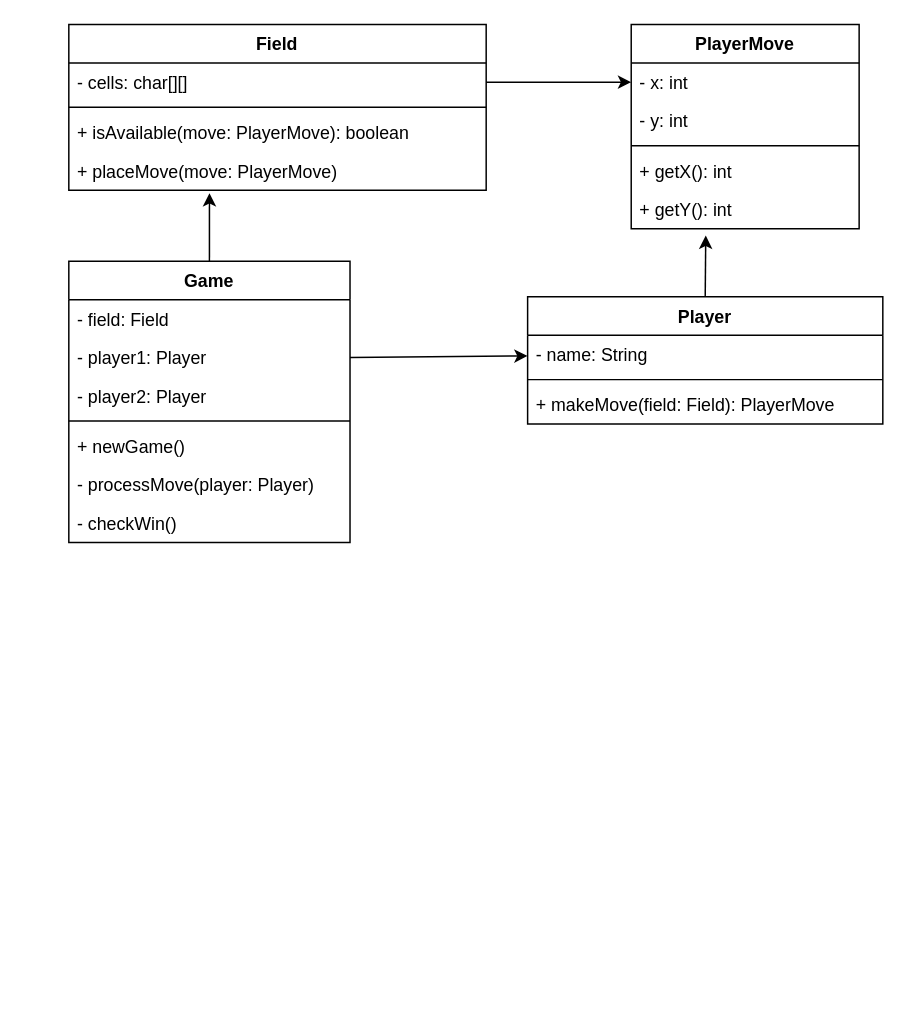
Earlier version of the draw.io diagram diagrams/tic_tac_toe.drawio (diac/job4j_ood). Source tidied: cells renumbered, new cells numbered last; positions are measured from the earlier drawing's top-left corner, leaving out a move shared by most shapes. Both pictures are drawn from the tidied source at 148%, with x=0, y=0 at pixel (68, 24).
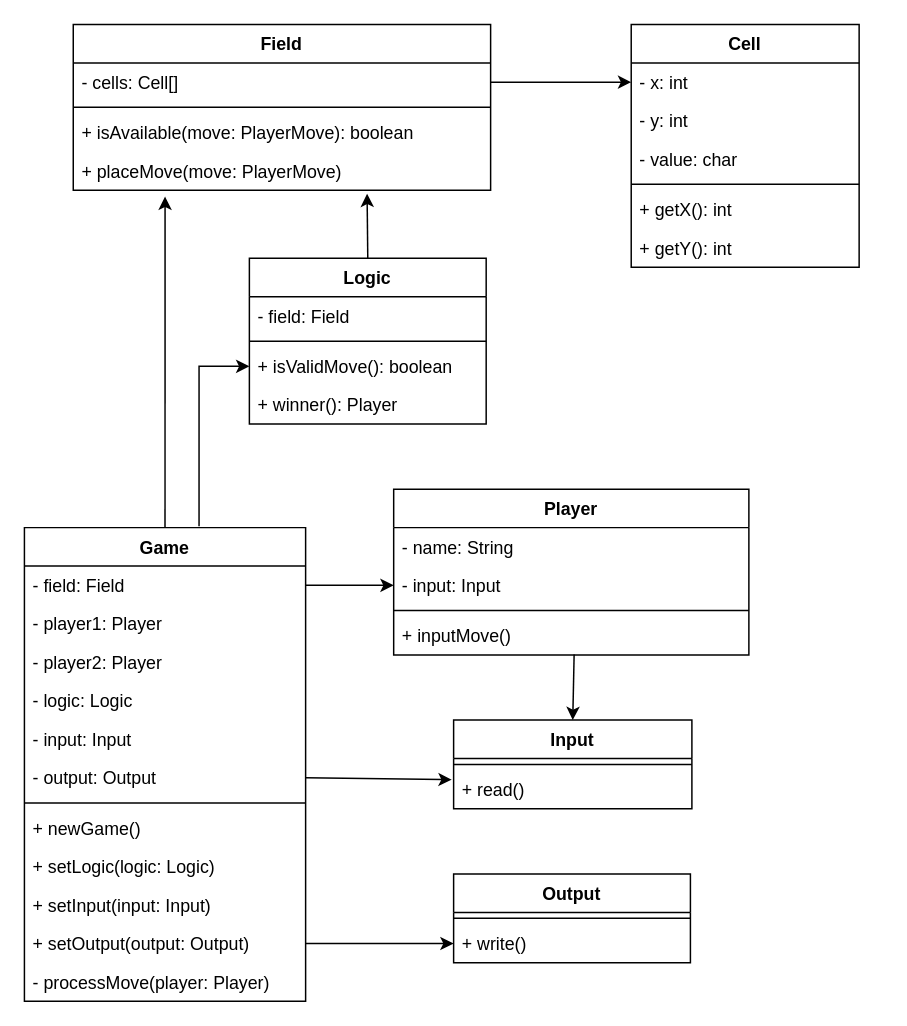
After the change.

Commit message (it also covers changes not shown here):
Исправить диаграмму классов: 2. Крестики-нолики. Тестовое задание. [#793 #348024]

Unchanged cells that the change refers to:
```xml
<mxCell id="3" value="- field: Field&#10;" style="text;strokeColor=none;fillColor=none;align=left;verticalAlign=top;spacingLeft=4;spacingRight=4;overflow=hidden;points=[[0,0.5],[1,0.5]];portConstraint=eastwest;" parent="2" vertex="1">
  <mxGeometry y="26" width="190" height="26" as="geometry" />
</mxCell>
<mxCell id="4" value="- player1: Player" style="text;strokeColor=none;fillColor=none;align=left;verticalAlign=top;spacingLeft=4;spacingRight=4;overflow=hidden;points=[[0,0.5],[1,0.5]];portConstraint=eastwest;" parent="2" vertex="1">
  <mxGeometry y="52" width="190" height="26" as="geometry" />
</mxCell>
<mxCell id="14" value="+ placeMove(move: PlayerMove)" style="text;strokeColor=none;fillColor=none;align=left;verticalAlign=top;spacingLeft=4;spacingRight=4;overflow=hidden;points=[[0,0.5],[1,0.5]];portConstraint=eastwest;" parent="10" vertex="1">
  <mxGeometry y="86" width="282" height="26" as="geometry" />
</mxCell>
<mxCell id="22" value="- name: String" style="text;strokeColor=none;fillColor=none;align=left;verticalAlign=top;spacingLeft=4;spacingRight=4;overflow=hidden;points=[[0,0.5],[1,0.5]];portConstraint=eastwest;" parent="21" vertex="1">
  <mxGeometry y="26" width="240" height="26" as="geometry" />
</mxCell>
```

What changed in the source:
```diff
@@
     <mxCell id="2" value="Game" style="swimlane;fontStyle=1;align=center;verticalAlign=top;horizontal=1;startSize=26;" parent="1" vertex="1">
-      <mxGeometry y="160" width="190" height="190" as="geometry" />
+      <mxGeometry x="-30" y="340" width="190" height="320" as="geometry" />
     </mxCell>
@@
+    <mxCell id="29" value="- logic: Logic" style="text;strokeColor=none;fillColor=none;align=left;verticalAlign=top;spacingLeft=4;spacingRight=4;overflow=hidden;" parent="2" vertex="1">
+      <mxGeometry y="104" width="190" height="26" as="geometry" />
+    </mxCell>
+    <mxCell id="30" value="- input: Input" style="text;strokeColor=none;fillColor=none;align=left;verticalAlign=top;spacingLeft=4;spacingRight=4;overflow=hidden;" parent="2" vertex="1">
+      <mxGeometry y="130" width="190" height="26" as="geometry" />
+    </mxCell>
+    <mxCell id="31" value="- output: Output" style="text;strokeColor=none;fillColor=none;align=left;verticalAlign=top;spacingLeft=4;spacingRight=4;overflow=hidden;points=[[0,0.5],[1,0.5]];portConstraint=eastwest;" parent="2" vertex="1">
+      <mxGeometry y="156" width="190" height="26" as="geometry" />
+    </mxCell>
     <mxCell id="6" style="line;strokeWidth=1;fillColor=none;align=left;verticalAlign=middle;spacingTop=-1;spacingLeft=3;spacingRight=3;labelPosition=right;strokeColor=inherit;" parent="2" vertex="1">
-      <mxGeometry y="104" width="190" height="8" as="geometry" />
+      <mxGeometry y="182" width="190" height="8" as="geometry" />
     </mxCell>
     <mxCell id="7" value="+ newGame()" style="text;strokeColor=none;fillColor=none;align=left;verticalAlign=top;spacingLeft=4;spacingRight=4;overflow=hidden;" parent="2" vertex="1">
-      <mxGeometry y="112" width="190" height="26" as="geometry" />
+      <mxGeometry y="190" width="190" height="26" as="geometry" />
     </mxCell>
+    <mxCell id="32" value="+ setLogic(logic: Logic)" style="text;strokeColor=none;fillColor=none;align=left;verticalAlign=top;spacingLeft=4;spacingRight=4;overflow=hidden;" parent="2" vertex="1">
+      <mxGeometry y="216" width="190" height="26" as="geometry" />
+    </mxCell>
+    <mxCell id="33" value="+ setInput(input: Input)" style="text;strokeColor=none;fillColor=none;align=left;verticalAlign=top;spacingLeft=4;spacingRight=4;overflow=hidden;" parent="2" vertex="1">
+      <mxGeometry y="242" width="190" height="26" as="geometry" />
+    </mxCell>
+    <mxCell id="34" value="+ setOutput(output: Output)" style="text;strokeColor=none;fillColor=none;align=left;verticalAlign=top;spacingLeft=4;spacingRight=4;overflow=hidden;points=[[0,0.5],[1,0.5]];portConstraint=eastwest;" parent="2" vertex="1">
+      <mxGeometry y="268" width="190" height="26" as="geometry" />
+    </mxCell>
     <mxCell id="8" value="- processMove(player: Player)" style="text;strokeColor=none;fillColor=none;align=left;verticalAlign=top;spacingLeft=4;spacingRight=4;overflow=hidden;" parent="2" vertex="1">
-      <mxGeometry y="138" width="190" height="26" as="geometry" />
+      <mxGeometry y="294" width="190" height="26" as="geometry" />
     </mxCell>
-    <mxCell id="9" value="- checkWin()" style="text;strokeColor=none;fillColor=none;align=left;verticalAlign=top;spacingLeft=4;spacingRight=4;overflow=hidden;" parent="2" vertex="1">
-      <mxGeometry y="164" width="190" height="26" as="geometry" />
-    </mxCell>
     <mxCell id="10" value="Field" style="swimlane;fontStyle=1;align=center;verticalAlign=top;horizontal=1;startSize=26;" parent="1" vertex="1">
-      <mxGeometry width="282" height="112" as="geometry" />
+      <mxGeometry x="3" width="282" height="112" as="geometry" />
     </mxCell>
-    <mxCell id="11" value="- cells: char[][]" style="text;strokeColor=none;fillColor=none;align=left;verticalAlign=top;spacingLeft=4;spacingRight=4;overflow=hidden;points=[[0,0.5],[1,0.5]];portConstraint=eastwest;" parent="10" vertex="1">
+    <mxCell id="11" value="- cells: Cell[]" style="text;strokeColor=none;fillColor=none;align=left;verticalAlign=top;spacingLeft=4;spacingRight=4;overflow=hidden;points=[[0,0.5],[1,0.5]];portConstraint=eastwest;" parent="10" vertex="1">
       <mxGeometry y="26" width="282" height="26" as="geometry" />
     </mxCell>
@@
-    <mxCell id="15" value="PlayerMove" style="swimlane;fontStyle=1;align=center;verticalAlign=top;horizontal=1;startSize=26;" parent="1" vertex="1">
-      <mxGeometry x="380" width="154" height="138" as="geometry" />
+    <mxCell id="15" value="Cell" style="swimlane;fontStyle=1;align=center;verticalAlign=top;horizontal=1;startSize=26;" parent="1" vertex="1">
+      <mxGeometry x="380" width="154" height="164" as="geometry" />
     </mxCell>
@@
+    <mxCell id="35" value="- value: char" style="text;strokeColor=none;fillColor=none;align=left;verticalAlign=top;spacingLeft=4;spacingRight=4;overflow=hidden;" parent="15" vertex="1">
+      <mxGeometry y="78" width="154" height="26" as="geometry" />
+    </mxCell>
     <mxCell id="18" style="line;strokeWidth=1;fillColor=none;align=left;verticalAlign=middle;spacingTop=-1;spacingLeft=3;spacingRight=3;labelPosition=right;strokeColor=inherit;" parent="15" vertex="1">
-      <mxGeometry y="78" width="154" height="8" as="geometry" />
+      <mxGeometry y="104" width="154" height="8" as="geometry" />
     </mxCell>
     <mxCell id="19" value="+ getX(): int" style="text;strokeColor=none;fillColor=none;align=left;verticalAlign=top;spacingLeft=4;spacingRight=4;overflow=hidden;" parent="15" vertex="1">
-      <mxGeometry y="86" width="154" height="26" as="geometry" />
+      <mxGeometry y="112" width="154" height="26" as="geometry" />
     </mxCell>
     <mxCell id="20" value="+ getY(): int" style="text;strokeColor=none;fillColor=none;align=left;verticalAlign=top;spacingLeft=4;spacingRight=4;overflow=hidden;points=[[0,0.5],[1,0.5]];portConstraint=eastwest;" parent="15" vertex="1">
-      <mxGeometry y="112" width="154" height="26" as="geometry" />
+      <mxGeometry y="138" width="154" height="26" as="geometry" />
     </mxCell>
     <mxCell id="21" value="Player" style="swimlane;fontStyle=1;align=center;verticalAlign=top;horizontal=1;startSize=26;" parent="1" vertex="1">
-      <mxGeometry x="310" y="184" width="240" height="86" as="geometry" />
+      <mxGeometry x="219.5" y="314" width="240" height="112" as="geometry" />
     </mxCell>
@@
+    <mxCell id="36" value="- input: Input" style="text;strokeColor=none;fillColor=none;align=left;verticalAlign=top;spacingLeft=4;spacingRight=4;overflow=hidden;points=[[0,0.5],[1,0.5]];portConstraint=eastwest;" parent="21" vertex="1">
+      <mxGeometry y="52" width="240" height="26" as="geometry" />
+    </mxCell>
     <mxCell id="23" style="line;strokeWidth=1;fillColor=none;align=left;verticalAlign=middle;spacingTop=-1;spacingLeft=3;spacingRight=3;labelPosition=right;strokeColor=inherit;" parent="21" vertex="1">
-      <mxGeometry y="52" width="240" height="8" as="geometry" />
+      <mxGeometry y="78" width="240" height="8" as="geometry" />
     </mxCell>
-    <mxCell id="24" value="+ makeMove(field: Field): PlayerMove" style="text;strokeColor=none;fillColor=none;align=left;verticalAlign=top;spacingLeft=4;spacingRight=4;overflow=hidden;points=[[0,0.5],[1,0.5]];portConstraint=eastwest;" parent="21" vertex="1">
-      <mxGeometry y="60" width="240" height="26" as="geometry" />
+    <mxCell id="24" value="+ inputMove()" style="text;strokeColor=none;fillColor=none;align=left;verticalAlign=top;spacingLeft=4;spacingRight=4;overflow=hidden;points=[[0,0.5],[1,0.5]];portConstraint=eastwest;" parent="21" vertex="1">
+      <mxGeometry y="86" width="240" height="26" as="geometry" />
     </mxCell>
-    <mxCell id="25" style="endArrow=classic;html=1;rounded=0;exitX=0.5;exitY=0;exitDx=0;exitDy=0;entryX=0.327;entryY=1.179;entryDx=0;entryDy=0;entryPerimeter=0;" parent="1" edge="1" source="21" target="20">
-      <mxGeometry relative="1" as="geometry" />
-    </mxCell>
@@
-    <mxCell id="27" style="endArrow=classic;html=1;rounded=0;exitX=0.5;exitY=0;exitDx=0;exitDy=0;entryX=0.337;entryY=1.077;entryDx=0;entryDy=0;entryPerimeter=0;" parent="1" edge="1" source="2" target="14">
+    <mxCell id="27" style="endArrow=classic;html=1;rounded=0;exitX=0.5;exitY=0;exitDx=0;exitDy=0;entryX=0.22;entryY=1.167;entryDx=0;entryDy=0;entryPerimeter=0;" parent="1" edge="1" source="2" target="14">
       <mxGeometry relative="1" as="geometry" />
     </mxCell>
-    <mxCell id="28" style="endArrow=classic;html=1;rounded=0;exitX=1;exitY=0.5;exitDx=0;exitDy=0;" parent="1" edge="1" source="4" target="22">
+    <mxCell id="28" style="endArrow=classic;html=1;rounded=0;exitX=1;exitY=0.5;exitDx=0;exitDy=0;entryX=0;entryY=0.5;entryDx=0;entryDy=0;" parent="1" edge="1" source="3" target="36">
       <mxGeometry relative="1" as="geometry" />
     </mxCell>
+    <mxCell id="37" value="Logic" style="swimlane;fontStyle=1;align=center;verticalAlign=top;horizontal=1;startSize=26;" parent="1" vertex="1">
+      <mxGeometry x="122" y="158" width="160" height="112" as="geometry" />
+    </mxCell>
+    <mxCell id="38" value="- field: Field" style="text;strokeColor=none;fillColor=none;align=left;verticalAlign=top;spacingLeft=4;spacingRight=4;overflow=hidden;" parent="37" vertex="1">
+      <mxGeometry y="26" width="160" height="26" as="geometry" />
+    </mxCell>
+    <mxCell id="39" style="line;strokeWidth=1;fillColor=none;align=left;verticalAlign=middle;spacingTop=-1;spacingLeft=3;spacingRight=3;labelPosition=right;strokeColor=inherit;" parent="37" vertex="1">
+      <mxGeometry y="52" width="160" height="8" as="geometry" />
+    </mxCell>
+    <mxCell id="40" value="+ isValidMove(): boolean" style="text;strokeColor=none;fillColor=none;align=left;verticalAlign=top;spacingLeft=4;spacingRight=4;overflow=hidden;points=[[0,0.5],[1,0.5]];portConstraint=eastwest;" parent="37" vertex="1">
+      <mxGeometry y="60" width="160" height="26" as="geometry" />
+    </mxCell>
+    <mxCell id="41" value="+ winner(): Player" style="text;strokeColor=none;fillColor=none;align=left;verticalAlign=top;spacingLeft=4;spacingRight=4;overflow=hidden;" parent="37" vertex="1">
+      <mxGeometry y="86" width="160" height="26" as="geometry" />
+    </mxCell>
+    <mxCell id="42" style="endArrow=classic;html=1;rounded=0;entryX=0.704;entryY=1.09;entryDx=0;entryDy=0;entryPerimeter=0;exitX=0.5;exitY=0;exitDx=0;exitDy=0;" parent="1" edge="1" source="37" target="14">
+      <mxGeometry relative="1" as="geometry" />
+    </mxCell>
+    <mxCell id="43" value="Input" style="swimlane;fontStyle=1;align=center;verticalAlign=top;horizontal=1;startSize=26;" parent="1" vertex="1">
+      <mxGeometry x="260" y="470" width="161" height="60" as="geometry" />
+    </mxCell>
+    <mxCell id="44" style="line;strokeWidth=1;fillColor=none;align=left;verticalAlign=middle;spacingTop=-1;spacingLeft=3;spacingRight=3;labelPosition=right;strokeColor=inherit;" parent="43" vertex="1">
+      <mxGeometry y="26" width="161" height="8" as="geometry" />
+    </mxCell>
+    <mxCell id="45" value="+ read()" style="text;strokeColor=none;fillColor=none;align=left;verticalAlign=top;spacingLeft=4;spacingRight=4;overflow=hidden;points=[[0,0.5],[1,0.5]];portConstraint=eastwest;" parent="43" vertex="1">
+      <mxGeometry y="34" width="161" height="26" as="geometry" />
+    </mxCell>
+    <mxCell id="46" value="Output" style="swimlane;fontStyle=1;align=center;verticalAlign=top;horizontal=1;startSize=26;" parent="1" vertex="1">
+      <mxGeometry x="260" y="574" width="160" height="60" as="geometry" />
+    </mxCell>
+    <mxCell id="47" style="line;strokeWidth=1;fillColor=none;align=left;verticalAlign=middle;spacingTop=-1;spacingLeft=3;spacingRight=3;labelPosition=right;strokeColor=inherit;" parent="46" vertex="1">
+      <mxGeometry y="26" width="160" height="8" as="geometry" />
+    </mxCell>
+    <mxCell id="48" value="+ write()" style="text;strokeColor=none;fillColor=none;align=left;verticalAlign=top;spacingLeft=4;spacingRight=4;overflow=hidden;points=[[0,0.5],[1,0.5]];portConstraint=eastwest;" parent="46" vertex="1">
+      <mxGeometry y="34" width="160" height="26" as="geometry" />
+    </mxCell>
+    <mxCell id="49" style="endArrow=classic;html=1;rounded=0;entryX=0;entryY=0.5;entryDx=0;entryDy=0;exitX=0.621;exitY=-0.003;exitDx=0;exitDy=0;exitPerimeter=0;" parent="1" edge="1" source="2" target="40">
+      <mxGeometry relative="1" as="geometry">
+        <Array as="points">
+          <mxPoint x="88" y="231" />
+        </Array>
+      </mxGeometry>
+    </mxCell>
+    <mxCell id="50" style="endArrow=classic;html=1;rounded=0;exitX=1;exitY=0.5;exitDx=0;exitDy=0;entryX=0;entryY=0.5;entryDx=0;entryDy=0;" parent="1" edge="1" source="34" target="48">
+      <mxGeometry relative="1" as="geometry" />
+    </mxCell>
+    <mxCell id="51" style="endArrow=classic;html=1;rounded=0;entryX=0.5;entryY=0;entryDx=0;entryDy=0;exitX=0.508;exitY=0.987;exitDx=0;exitDy=0;exitPerimeter=0;" parent="1" edge="1" source="24" target="43">
+      <mxGeometry relative="1" as="geometry" />
+    </mxCell>
+    <mxCell id="52" style="endArrow=classic;html=1;rounded=0;exitX=1;exitY=0.5;exitDx=0;exitDy=0;entryX=-0.008;entryY=0.244;entryDx=0;entryDy=0;entryPerimeter=0;" parent="1" edge="1" source="31" target="45">
+      <mxGeometry relative="1" as="geometry" />
+    </mxCell>
```
